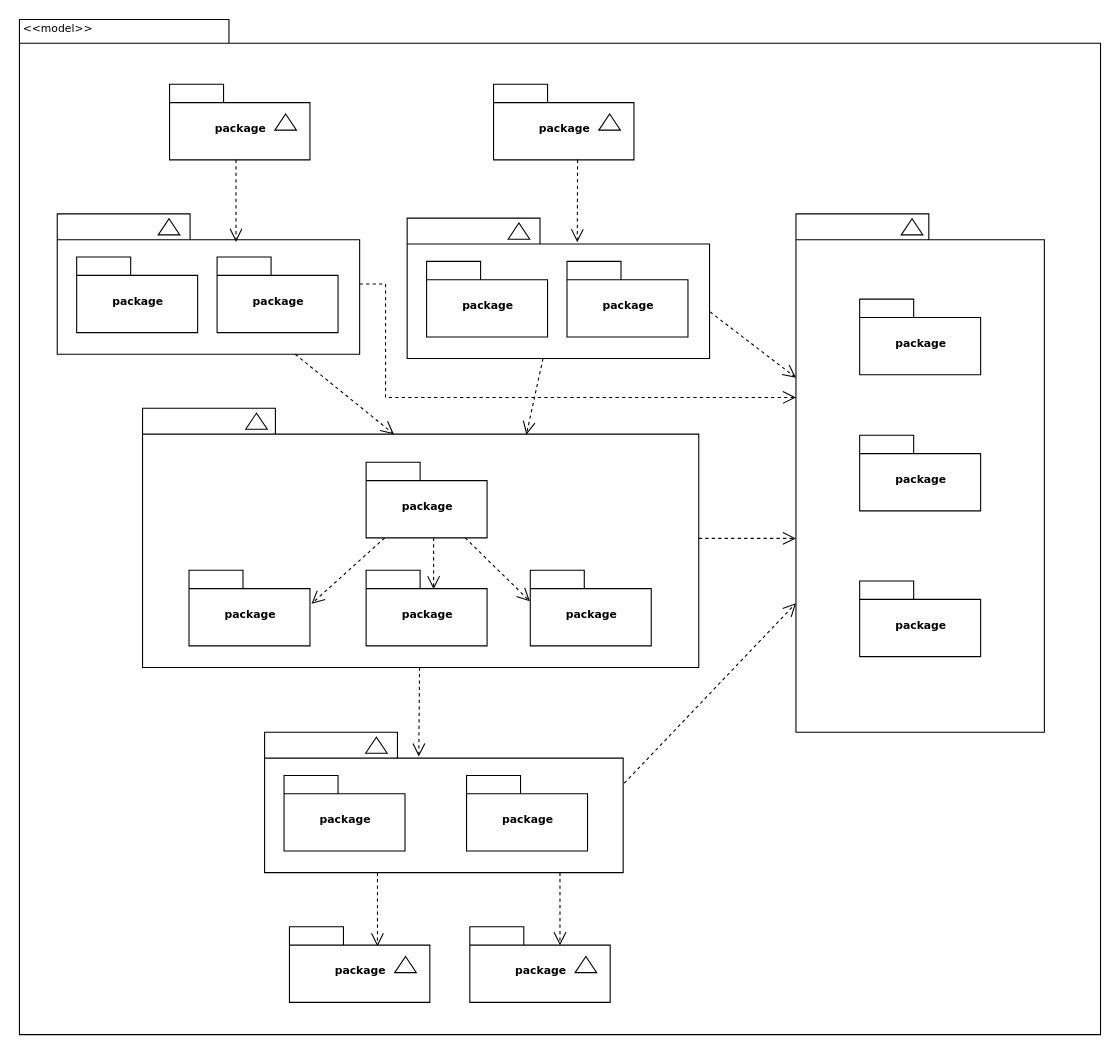
Earlier version of the draw.io diagram public/Website Architecture Diagram.drawio (simchildress/NoTrebleTesting). Source tidied: cells renumbered, new cells numbered last; positions are measured from the earlier drawing's top-left corner, leaving out a move shared by most shapes. Both pictures are drawn from the tidied source at 108%, with x=0, y=0 at pixel (18, 18).
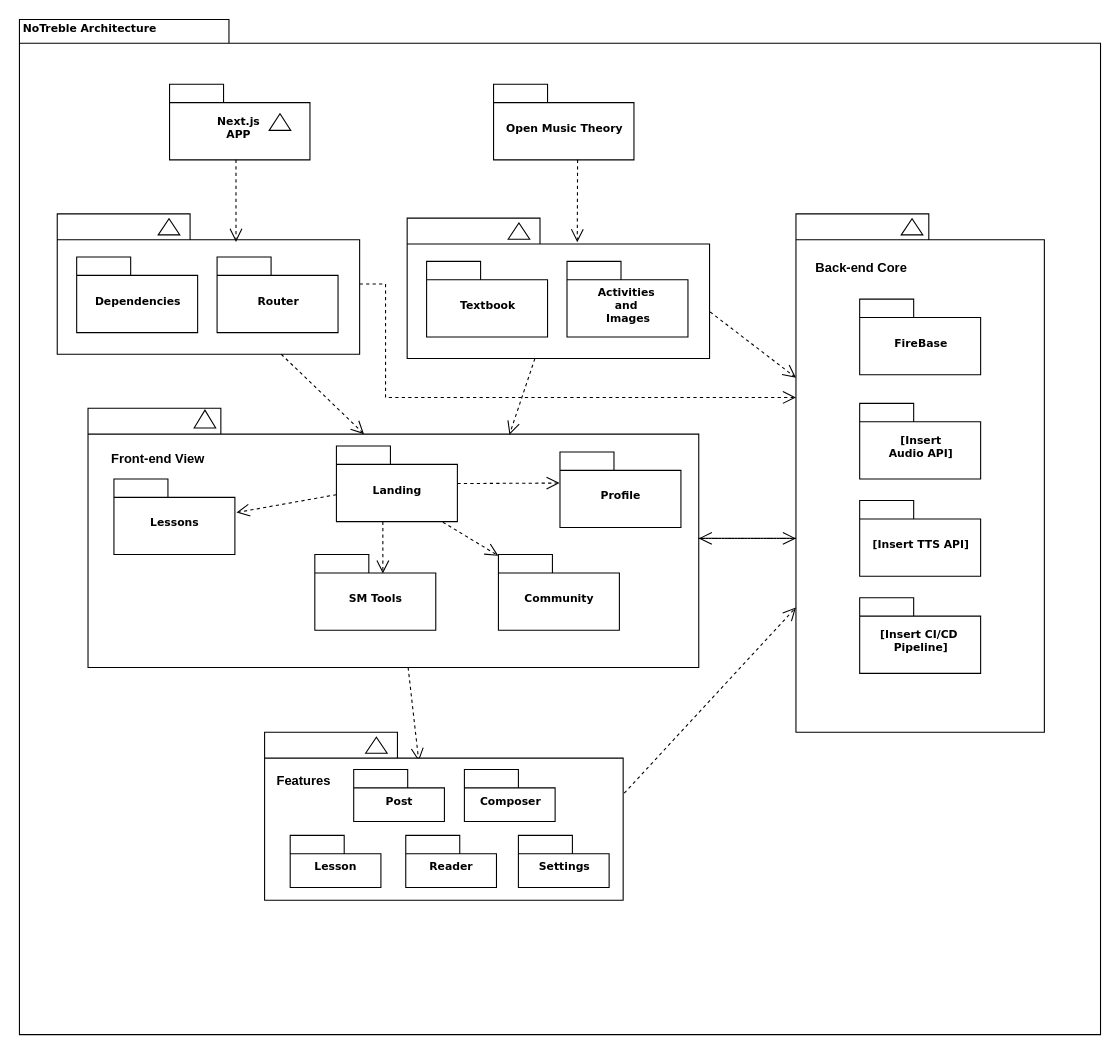
The same diagram, later.

Unchanged cells that the change refers to:
```xml
<mxCell id="2" style="shape=folder;fontStyle=1;spacingTop=10;tabWidth=194;tabHeight=22;tabPosition=left;html=1;rounded=0;shadow=0;comic=0;labelBackgroundColor=none;strokeWidth=1;fillColor=none;fontFamily=Verdana;fontSize=10;align=center;" parent="1" vertex="1">
  <mxGeometry x="0.5" y="0.5" width="1001" height="940" as="geometry" />
</mxCell>
<mxCell id="3" style="group;" parent="1" vertex="1">
  <mxGeometry x="139.5" y="60.5" width="130" height="70" as="geometry" />
</mxCell>
<mxCell id="6" style="group;" parent="1" vertex="1">
  <mxGeometry x="439.5" y="60.5" width="130" height="70" as="geometry" />
</mxCell>
<mxCell id="9" style="group;" parent="1" vertex="1">
  <mxGeometry x="35.5" y="180.5" width="280" height="130" as="geometry" />
</mxCell>
<mxCell id="14" style="group;" parent="1" vertex="1">
  <mxGeometry x="359.5" y="184.5" width="280" height="130" as="geometry" />
</mxCell>
<mxCell id="20" style="group;" parent="19" vertex="1">
  <mxGeometry width="230" height="480" as="geometry" />
</mxCell>
<mxCell id="21" style="shape=folder;fontStyle=1;spacingTop=10;tabWidth=123;tabHeight=24;tabPosition=left;html=1;rounded=0;shadow=0;comic=0;labelBackgroundColor=none;strokeWidth=1;fontFamily=Verdana;fontSize=10;align=center;" parent="20" vertex="1">
  <mxGeometry width="230" height="480" as="geometry" />
</mxCell>
```

Diff of the diagram source:
```diff
@@
+    <mxCell id="57" style="group;" parent="1" vertex="1">
+      <mxGeometry x="64" y="360.5" width="565.5" height="240" as="geometry" />
+    </mxCell>
+    <mxCell id="28" style="shape=folder;fontStyle=1;spacingTop=10;tabWidth=123;tabHeight=24;tabPosition=left;html=1;rounded=0;shadow=0;comic=0;labelBackgroundColor=none;strokeColor=#000000;strokeWidth=1;fillColor=#ffffff;fontFamily=Verdana;fontSize=10;fontColor=#000000;align=center;" parent="57" vertex="1">
+      <mxGeometry width="565.5" height="240" as="geometry" />
+    </mxCell>
+    <mxCell id="43" style="triangle;whiteSpace=wrap;html=1;rounded=0;shadow=0;comic=0;labelBackgroundColor=none;strokeColor=#000000;strokeWidth=1;fillColor=#ffffff;fontFamily=Verdana;fontSize=10;fontColor=#000000;align=center;rotation=-90;" parent="57" vertex="1">
+      <mxGeometry x="100" width="16.5" height="20" as="geometry" />
+    </mxCell>
+    <mxCell id="32" value="Landing" style="shape=folder;fontStyle=1;spacingTop=10;tabWidth=50;tabHeight=17;tabPosition=left;html=1;rounded=0;shadow=0;comic=0;labelBackgroundColor=none;strokeColor=#000000;strokeWidth=1;fillColor=#ffffff;fontFamily=Verdana;fontSize=10;fontColor=#000000;align=center;" parent="57" vertex="1">
+      <mxGeometry x="230" y="35" width="112" height="70" as="geometry" />
+    </mxCell>
+    <mxCell id="34" value="SM Tools" style="shape=folder;fontStyle=1;spacingTop=10;tabWidth=50;tabHeight=17;tabPosition=left;html=1;rounded=0;shadow=0;comic=0;labelBackgroundColor=none;strokeColor=#000000;strokeWidth=1;fillColor=#ffffff;fontFamily=Verdana;fontSize=10;fontColor=#000000;align=center;" parent="57" vertex="1">
+      <mxGeometry x="210" y="135.5" width="112" height="70" as="geometry" />
+    </mxCell>
+    <mxCell id="33" value="Lessons" style="shape=folder;fontStyle=1;spacingTop=10;tabWidth=50;tabHeight=17;tabPosition=left;html=1;rounded=0;shadow=0;comic=0;labelBackgroundColor=none;strokeColor=#000000;strokeWidth=1;fillColor=#ffffff;fontFamily=Verdana;fontSize=10;fontColor=#000000;align=center;" parent="57" vertex="1">
+      <mxGeometry x="24" y="65.5" width="112" height="70" as="geometry" />
+    </mxCell>
+    <mxCell id="35" value="Profile" style="shape=folder;fontStyle=1;spacingTop=10;tabWidth=50;tabHeight=17;tabPosition=left;html=1;rounded=0;shadow=0;comic=0;labelBackgroundColor=none;strokeColor=#000000;strokeWidth=1;fillColor=#ffffff;fontFamily=Verdana;fontSize=10;fontColor=#000000;align=center;" parent="57" vertex="1">
+      <mxGeometry x="437" y="40.5" width="112" height="70" as="geometry" />
+    </mxCell>
+    <mxCell id="29" style="edgeStyle=elbowEdgeStyle;rounded=0;html=1;entryX=0.559;entryY=0.251;entryPerimeter=0;dashed=1;labelBackgroundColor=none;startFill=0;endArrow=open;endFill=0;endSize=10;fontFamily=Verdana;fontSize=10;" parent="57" edge="1" source="32" target="34">
+      <mxGeometry relative="1" as="geometry" />
+    </mxCell>
+    <mxCell id="31" style="edgeStyle=none;rounded=0;html=1;dashed=1;labelBackgroundColor=none;startFill=0;endArrow=open;endFill=0;endSize=10;fontFamily=Verdana;fontSize=10;entryX=1.013;entryY=0.444;entryPerimeter=0;" parent="57" edge="1" source="32" target="33">
+      <mxGeometry relative="1" as="geometry" />
+    </mxCell>
+    <mxCell id="30" style="edgeStyle=none;rounded=0;html=1;dashed=1;labelBackgroundColor=none;startFill=0;endArrow=open;endFill=0;endSize=10;fontFamily=Verdana;fontSize=10;entryX=-0.003;entryY=0.411;entryPerimeter=0;" parent="57" edge="1" source="32" target="35">
+      <mxGeometry relative="1" as="geometry" />
+    </mxCell>
+    <mxCell id="58" value="Community" style="shape=folder;fontStyle=1;spacingTop=10;tabWidth=50;tabHeight=17;tabPosition=left;html=1;rounded=0;shadow=0;comic=0;labelBackgroundColor=none;strokeColor=#000000;strokeWidth=1;fillColor=#ffffff;fontFamily=Verdana;fontSize=10;fontColor=#000000;align=center;" parent="57" vertex="1">
+      <mxGeometry x="380" y="135.5" width="112" height="70" as="geometry" />
+    </mxCell>
+    <mxCell id="59" style="edgeStyle=none;rounded=0;html=1;dashed=1;labelBackgroundColor=none;startFill=0;endArrow=open;endFill=0;endSize=10;fontFamily=Verdana;fontSize=10;exitX=0.88;exitY=1.007;exitDx=0;exitDy=0;exitPerimeter=0;" parent="57" edge="1" source="32" target="58">
+      <mxGeometry relative="1" as="geometry" />
+    </mxCell>
+    <mxCell id="60" value="&lt;b&gt;Front-end View&lt;/b&gt;" style="text;html=1;align=center;verticalAlign=middle;whiteSpace=wrap;rounded=0;" parent="57" vertex="1">
+      <mxGeometry x="20" y="35" width="90" height="25.5" as="geometry" />
+    </mxCell>
@@
-    <mxCell id="4" value="package" style="shape=folder;fontStyle=1;spacingTop=10;tabWidth=50;tabHeight=17;tabPosition=left;html=1;rounded=0;shadow=0;comic=0;labelBackgroundColor=none;strokeWidth=1;fontFamily=Verdana;fontSize=10;align=center;" parent="3" vertex="1">
+    <mxCell id="4" value="Next.js&amp;nbsp;&lt;div&gt;APP&amp;nbsp;&lt;/div&gt;" style="shape=folder;fontStyle=1;spacingTop=10;tabWidth=50;tabHeight=17;tabPosition=left;html=1;rounded=0;shadow=0;comic=0;labelBackgroundColor=none;strokeWidth=1;fontFamily=Verdana;fontSize=10;align=center;" parent="3" vertex="1">
       <mxGeometry width="130" height="70" as="geometry" />
     </mxCell>
     <mxCell id="5" style="triangle;whiteSpace=wrap;html=1;rounded=0;shadow=0;comic=0;labelBackgroundColor=none;strokeWidth=1;fontFamily=Verdana;fontSize=10;align=center;rotation=-90;" parent="3" vertex="1">
-      <mxGeometry x="100" y="25" width="15" height="20" as="geometry" />
+      <mxGeometry x="94.5" y="25" width="15.5" height="20" as="geometry" />
     </mxCell>
@@
-    <mxCell id="7" value="package" style="shape=folder;fontStyle=1;spacingTop=10;tabWidth=50;tabHeight=17;tabPosition=left;html=1;rounded=0;shadow=0;comic=0;labelBackgroundColor=none;strokeWidth=1;fontFamily=Verdana;fontSize=10;align=center;" parent="6" vertex="1">
+    <mxCell id="7" value="Open Music Theory" style="shape=folder;fontStyle=1;spacingTop=10;tabWidth=50;tabHeight=17;tabPosition=left;html=1;rounded=0;shadow=0;comic=0;labelBackgroundColor=none;strokeWidth=1;fontFamily=Verdana;fontSize=10;align=center;" parent="6" vertex="1">
       <mxGeometry width="130" height="70" as="geometry" />
     </mxCell>
-    <mxCell id="8" style="triangle;whiteSpace=wrap;html=1;rounded=0;shadow=0;comic=0;labelBackgroundColor=none;strokeWidth=1;fontFamily=Verdana;fontSize=10;align=center;rotation=-90;" parent="6" vertex="1">
-      <mxGeometry x="100" y="25" width="15" height="20" as="geometry" />
-    </mxCell>
@@
-    <mxCell id="12" value="package" style="shape=folder;fontStyle=1;spacingTop=10;tabWidth=50;tabHeight=17;tabPosition=left;html=1;rounded=0;shadow=0;comic=0;labelBackgroundColor=none;strokeWidth=1;fontFamily=Verdana;fontSize=10;align=center;" parent="9" vertex="1">
+    <mxCell id="12" value="Dependencies" style="shape=folder;fontStyle=1;spacingTop=10;tabWidth=50;tabHeight=17;tabPosition=left;html=1;rounded=0;shadow=0;comic=0;labelBackgroundColor=none;strokeWidth=1;fontFamily=Verdana;fontSize=10;align=center;" parent="9" vertex="1">
       <mxGeometry x="18" y="40" width="112" height="70" as="geometry" />
     </mxCell>
-    <mxCell id="13" value="package" style="shape=folder;fontStyle=1;spacingTop=10;tabWidth=50;tabHeight=17;tabPosition=left;html=1;rounded=0;shadow=0;comic=0;labelBackgroundColor=none;strokeWidth=1;fontFamily=Verdana;fontSize=10;align=center;" parent="9" vertex="1">
+    <mxCell id="13" value="Router" style="shape=folder;fontStyle=1;spacingTop=10;tabWidth=50;tabHeight=17;tabPosition=left;html=1;rounded=0;shadow=0;comic=0;labelBackgroundColor=none;strokeWidth=1;fontFamily=Verdana;fontSize=10;align=center;" parent="9" vertex="1">
       <mxGeometry x="148" y="40" width="112" height="70" as="geometry" />
     </mxCell>
@@
-    <mxCell id="17" value="package" style="shape=folder;fontStyle=1;spacingTop=10;tabWidth=50;tabHeight=17;tabPosition=left;html=1;rounded=0;shadow=0;comic=0;labelBackgroundColor=none;strokeWidth=1;fontFamily=Verdana;fontSize=10;align=center;" parent="14" vertex="1">
+    <mxCell id="17" value="Textbook" style="shape=folder;fontStyle=1;spacingTop=10;tabWidth=50;tabHeight=17;tabPosition=left;html=1;rounded=0;shadow=0;comic=0;labelBackgroundColor=none;strokeWidth=1;fontFamily=Verdana;fontSize=10;align=center;" parent="14" vertex="1">
       <mxGeometry x="18" y="40" width="112" height="70" as="geometry" />
     </mxCell>
-    <mxCell id="18" value="package" style="shape=folder;fontStyle=1;spacingTop=10;tabWidth=50;tabHeight=17;tabPosition=left;html=1;rounded=0;shadow=0;comic=0;labelBackgroundColor=none;strokeWidth=1;fontFamily=Verdana;fontSize=10;align=center;" parent="14" vertex="1">
+    <mxCell id="18" value="Activities&amp;nbsp;&lt;div&gt;and&amp;nbsp;&lt;div&gt;Images&lt;/div&gt;&lt;/div&gt;" style="shape=folder;fontStyle=1;spacingTop=10;tabWidth=50;tabHeight=17;tabPosition=left;html=1;rounded=0;shadow=0;comic=0;labelBackgroundColor=none;strokeWidth=1;fontFamily=Verdana;fontSize=10;align=center;" parent="14" vertex="1">
       <mxGeometry x="148" y="40" width="112" height="70" as="geometry" />
     </mxCell>
@@
-    <mxCell id="23" value="package" style="shape=folder;fontStyle=1;spacingTop=10;tabWidth=50;tabHeight=17;tabPosition=left;html=1;rounded=0;shadow=0;comic=0;labelBackgroundColor=none;strokeWidth=1;fontFamily=Verdana;fontSize=10;align=center;" parent="20" vertex="1">
+    <mxCell id="23" value="FireBase" style="shape=folder;fontStyle=1;spacingTop=10;tabWidth=50;tabHeight=17;tabPosition=left;html=1;rounded=0;shadow=0;comic=0;labelBackgroundColor=none;strokeWidth=1;fontFamily=Verdana;fontSize=10;align=center;" parent="20" vertex="1">
       <mxGeometry x="59" y="79" width="112" height="70" as="geometry" />
     </mxCell>
-    <mxCell id="24" value="package" style="shape=folder;fontStyle=1;spacingTop=10;tabWidth=50;tabHeight=17;tabPosition=left;html=1;rounded=0;shadow=0;comic=0;labelBackgroundColor=none;strokeWidth=1;fontFamily=Verdana;fontSize=10;align=center;" parent="20" vertex="1">
-      <mxGeometry x="59" y="205" width="112" height="70" as="geometry" />
+    <mxCell id="24" value="[Insert&lt;div&gt;Audio API]&lt;/div&gt;" style="shape=folder;fontStyle=1;spacingTop=10;tabWidth=50;tabHeight=17;tabPosition=left;html=1;rounded=0;shadow=0;comic=0;labelBackgroundColor=none;strokeWidth=1;fontFamily=Verdana;fontSize=10;align=center;" parent="20" vertex="1">
+      <mxGeometry x="59" y="175.5" width="112" height="70" as="geometry" />
     </mxCell>
-    <mxCell id="25" value="package" style="shape=folder;fontStyle=1;spacingTop=10;tabWidth=50;tabHeight=17;tabPosition=left;html=1;rounded=0;shadow=0;comic=0;labelBackgroundColor=none;strokeWidth=1;fontFamily=Verdana;fontSize=10;align=center;" parent="20" vertex="1">
-      <mxGeometry x="59" y="340" width="112" height="70" as="geometry" />
+    <mxCell id="25" value="[Insert TTS API]" style="shape=folder;fontStyle=1;spacingTop=10;tabWidth=50;tabHeight=17;tabPosition=left;html=1;rounded=0;shadow=0;comic=0;labelBackgroundColor=none;strokeWidth=1;fontFamily=Verdana;fontSize=10;align=center;" parent="20" vertex="1">
+      <mxGeometry x="59" y="265.5" width="112" height="70" as="geometry" />
     </mxCell>
+    <mxCell id="61" value="[Insert CI/CD&amp;nbsp;&lt;div&gt;Pipeline]&lt;/div&gt;" style="shape=folder;fontStyle=1;spacingTop=10;tabWidth=50;tabHeight=17;tabPosition=left;html=1;rounded=0;shadow=0;comic=0;labelBackgroundColor=none;strokeWidth=1;fontFamily=Verdana;fontSize=10;align=center;" parent="20" vertex="1">
+      <mxGeometry x="59" y="355.5" width="112" height="70" as="geometry" />
+    </mxCell>
+    <mxCell id="62" value="&lt;div&gt;&lt;b&gt;Back-end&amp;nbsp;&lt;/b&gt;&lt;b style=&quot;background-color: transparent; color: light-dark(rgb(0, 0, 0), rgb(255, 255, 255));&quot;&gt;Core&amp;nbsp;&lt;/b&gt;&lt;/div&gt;" style="text;html=1;align=center;verticalAlign=middle;whiteSpace=wrap;rounded=0;" parent="20" vertex="1">
+      <mxGeometry x="14.5" y="35.5" width="95.5" height="30" as="geometry" />
+    </mxCell>
@@
-    <mxCell id="28" style="shape=folder;fontStyle=1;spacingTop=10;tabWidth=123;tabHeight=24;tabPosition=left;html=1;rounded=0;shadow=0;comic=0;labelBackgroundColor=none;strokeColor=#000000;strokeWidth=1;fillColor=#ffffff;fontFamily=Verdana;fontSize=10;fontColor=#000000;align=center;" parent="1" vertex="1">
-      <mxGeometry x="114.5" y="360.5" width="515" height="240" as="geometry" />
-    </mxCell>
-    <mxCell id="29" style="edgeStyle=elbowEdgeStyle;rounded=0;html=1;entryX=0.559;entryY=0.251;entryPerimeter=0;dashed=1;labelBackgroundColor=none;startFill=0;endArrow=open;endFill=0;endSize=10;fontFamily=Verdana;fontSize=10;" parent="1" edge="1" source="32" target="34">
-      <mxGeometry relative="1" as="geometry" />
-    </mxCell>
-    <mxCell id="30" style="edgeStyle=none;rounded=0;html=1;dashed=1;labelBackgroundColor=none;startFill=0;endArrow=open;endFill=0;endSize=10;fontFamily=Verdana;fontSize=10;entryX=-0.003;entryY=0.411;entryPerimeter=0;" parent="1" edge="1" source="32" target="35">
-      <mxGeometry relative="1" as="geometry" />
-    </mxCell>
-    <mxCell id="31" style="edgeStyle=none;rounded=0;html=1;dashed=1;labelBackgroundColor=none;startFill=0;endArrow=open;endFill=0;endSize=10;fontFamily=Verdana;fontSize=10;entryX=1.013;entryY=0.444;entryPerimeter=0;" parent="1" edge="1" source="32" target="33">
-      <mxGeometry relative="1" as="geometry" />
-    </mxCell>
-    <mxCell id="32" value="package" style="shape=folder;fontStyle=1;spacingTop=10;tabWidth=50;tabHeight=17;tabPosition=left;html=1;rounded=0;shadow=0;comic=0;labelBackgroundColor=none;strokeColor=#000000;strokeWidth=1;fillColor=#ffffff;fontFamily=Verdana;fontSize=10;fontColor=#000000;align=center;" parent="1" vertex="1">
-      <mxGeometry x="321.5" y="410.5" width="112" height="70" as="geometry" />
-    </mxCell>
-    <mxCell id="33" value="package" style="shape=folder;fontStyle=1;spacingTop=10;tabWidth=50;tabHeight=17;tabPosition=left;html=1;rounded=0;shadow=0;comic=0;labelBackgroundColor=none;strokeColor=#000000;strokeWidth=1;fillColor=#ffffff;fontFamily=Verdana;fontSize=10;fontColor=#000000;align=center;" parent="1" vertex="1">
-      <mxGeometry x="157.5" y="510.5" width="112" height="70" as="geometry" />
-    </mxCell>
-    <mxCell id="34" value="package" style="shape=folder;fontStyle=1;spacingTop=10;tabWidth=50;tabHeight=17;tabPosition=left;html=1;rounded=0;shadow=0;comic=0;labelBackgroundColor=none;strokeColor=#000000;strokeWidth=1;fillColor=#ffffff;fontFamily=Verdana;fontSize=10;fontColor=#000000;align=center;" parent="1" vertex="1">
-      <mxGeometry x="321.5" y="510.5" width="112" height="70" as="geometry" />
-    </mxCell>
-    <mxCell id="35" value="package" style="shape=folder;fontStyle=1;spacingTop=10;tabWidth=50;tabHeight=17;tabPosition=left;html=1;rounded=0;shadow=0;comic=0;labelBackgroundColor=none;strokeColor=#000000;strokeWidth=1;fillColor=#ffffff;fontFamily=Verdana;fontSize=10;fontColor=#000000;align=center;" parent="1" vertex="1">
-      <mxGeometry x="473.5" y="510.5" width="112" height="70" as="geometry" />
-    </mxCell>
-    <mxCell id="36" style="edgeStyle=elbowEdgeStyle;rounded=0;html=1;entryX=0.628;entryY=0.26;entryPerimeter=0;dashed=1;labelBackgroundColor=none;startFill=0;endArrow=open;endFill=0;endSize=10;fontFamily=Verdana;fontSize=10;" parent="1" edge="1" source="39" target="45">
-      <mxGeometry relative="1" as="geometry" />
-    </mxCell>
-    <mxCell id="37" style="edgeStyle=elbowEdgeStyle;rounded=0;html=1;entryX=0.643;entryY=0.246;entryPerimeter=0;dashed=1;labelBackgroundColor=none;startFill=0;endArrow=open;endFill=0;endSize=10;fontFamily=Verdana;fontSize=10;" parent="1" edge="1" source="39" target="48">
-      <mxGeometry relative="1" as="geometry" />
-    </mxCell>
@@
     <mxCell id="39" style="shape=folder;fontStyle=1;spacingTop=10;tabWidth=123;tabHeight=24;tabPosition=left;html=1;rounded=0;shadow=0;comic=0;labelBackgroundColor=none;strokeWidth=1;fontFamily=Verdana;fontSize=10;align=center;" parent="1" vertex="1">
-      <mxGeometry x="227.5" y="660.5" width="332" height="130" as="geometry" />
+      <mxGeometry x="227.5" y="660.5" width="332" height="155.5" as="geometry" />
     </mxCell>
@@
-    <mxCell id="41" value="package" style="shape=folder;fontStyle=1;spacingTop=10;tabWidth=50;tabHeight=17;tabPosition=left;html=1;rounded=0;shadow=0;comic=0;labelBackgroundColor=none;strokeWidth=1;fontFamily=Verdana;fontSize=10;align=center;" parent="1" vertex="1">
-      <mxGeometry x="245.5" y="700.5" width="112" height="70" as="geometry" />
+    <mxCell id="41" value="Post" style="shape=folder;fontStyle=1;spacingTop=10;tabWidth=50;tabHeight=17;tabPosition=left;html=1;rounded=0;shadow=0;comic=0;labelBackgroundColor=none;strokeWidth=1;fontFamily=Verdana;fontSize=10;align=center;" parent="1" vertex="1">
+      <mxGeometry x="310" y="695" width="84" height="48.2" as="geometry" />
     </mxCell>
-    <mxCell id="42" value="package" style="shape=folder;fontStyle=1;spacingTop=10;tabWidth=50;tabHeight=17;tabPosition=left;html=1;rounded=0;shadow=0;comic=0;labelBackgroundColor=none;strokeWidth=1;fontFamily=Verdana;fontSize=10;align=center;" parent="1" vertex="1">
-      <mxGeometry x="414.5" y="700.5" width="112" height="70" as="geometry" />
-    </mxCell>
-    <mxCell id="43" style="triangle;whiteSpace=wrap;html=1;rounded=0;shadow=0;comic=0;labelBackgroundColor=none;strokeColor=#000000;strokeWidth=1;fillColor=#ffffff;fontFamily=Verdana;fontSize=10;fontColor=#000000;align=center;rotation=-90;" parent="1" vertex="1">
-      <mxGeometry x="212.5" y="362.5" width="15" height="20" as="geometry" />
-    </mxCell>
-    <mxCell id="44" style="group;" parent="1" vertex="1">
-      <mxGeometry x="250.5" y="840.6" width="130" height="70" as="geometry" />
-    </mxCell>
-    <mxCell id="45" value="package" style="shape=folder;fontStyle=1;spacingTop=10;tabWidth=50;tabHeight=17;tabPosition=left;html=1;rounded=0;shadow=0;comic=0;labelBackgroundColor=none;strokeWidth=1;fontFamily=Verdana;fontSize=10;align=center;" parent="44" vertex="1">
-      <mxGeometry width="130" height="70" as="geometry" />
-    </mxCell>
-    <mxCell id="46" style="triangle;whiteSpace=wrap;html=1;rounded=0;shadow=0;comic=0;labelBackgroundColor=none;strokeWidth=1;fontFamily=Verdana;fontSize=10;align=center;rotation=-90;" parent="44" vertex="1">
-      <mxGeometry x="100" y="25" width="15" height="20" as="geometry" />
-    </mxCell>
-    <mxCell id="47" style="group;" parent="1" vertex="1">
-      <mxGeometry x="417.5" y="840.6" width="130" height="70" as="geometry" />
-    </mxCell>
-    <mxCell id="48" value="package" style="shape=folder;fontStyle=1;spacingTop=10;tabWidth=50;tabHeight=17;tabPosition=left;html=1;rounded=0;shadow=0;comic=0;labelBackgroundColor=none;strokeWidth=1;fontFamily=Verdana;fontSize=10;align=center;" parent="47" vertex="1">
-      <mxGeometry width="130" height="70" as="geometry" />
-    </mxCell>
-    <mxCell id="49" style="triangle;whiteSpace=wrap;html=1;rounded=0;shadow=0;comic=0;labelBackgroundColor=none;strokeWidth=1;fontFamily=Verdana;fontSize=10;align=center;rotation=-90;" parent="47" vertex="1">
-      <mxGeometry x="100" y="25" width="15" height="20" as="geometry" />
-    </mxCell>
@@
-    <mxCell id="56" value="&amp;lt;&amp;lt;model&amp;gt;&amp;gt;" style="text;html=1;align=left;verticalAlign=top;spacingTop=-4;fontSize=10;fontFamily=Verdana;" parent="1" vertex="1">
+    <mxCell id="56" value="&lt;b&gt;NoTreble Architecture&lt;/b&gt;" style="text;html=1;align=left;verticalAlign=top;spacingTop=-4;fontSize=10;fontFamily=Verdana;" parent="1" vertex="1">
       <mxGeometry x="1.5" y="0.5" width="130" height="20" as="geometry" />
     </mxCell>
+    <mxCell id="63" value="Composer" style="shape=folder;fontStyle=1;spacingTop=10;tabWidth=50;tabHeight=17;tabPosition=left;html=1;rounded=0;shadow=0;comic=0;labelBackgroundColor=none;strokeWidth=1;fontFamily=Verdana;fontSize=10;align=center;" parent="1" vertex="1">
+      <mxGeometry x="412.5" y="695" width="84" height="48.2" as="geometry" />
+    </mxCell>
+    <mxCell id="64" value="Reader" style="shape=folder;fontStyle=1;spacingTop=10;tabWidth=50;tabHeight=17;tabPosition=left;html=1;rounded=0;shadow=0;comic=0;labelBackgroundColor=none;strokeWidth=1;fontFamily=Verdana;fontSize=10;align=center;" parent="1" vertex="1">
+      <mxGeometry x="358.2" y="756" width="84" height="48.2" as="geometry" />
+    </mxCell>
+    <mxCell id="65" value="Lesson" style="shape=folder;fontStyle=1;spacingTop=10;tabWidth=50;tabHeight=17;tabPosition=left;html=1;rounded=0;shadow=0;comic=0;labelBackgroundColor=none;strokeWidth=1;fontFamily=Verdana;fontSize=10;align=center;" parent="1" vertex="1">
+      <mxGeometry x="251.2" y="756" width="84" height="48.2" as="geometry" />
+    </mxCell>
+    <mxCell id="66" value="&lt;b&gt;Features&lt;/b&gt;" style="text;html=1;align=center;verticalAlign=middle;whiteSpace=wrap;rounded=0;" parent="1" vertex="1">
+      <mxGeometry x="234" y="696" width="60" height="19" as="geometry" />
+    </mxCell>
+    <mxCell id="67" value="Settings" style="shape=folder;fontStyle=1;spacingTop=10;tabWidth=50;tabHeight=17;tabPosition=left;html=1;rounded=0;shadow=0;comic=0;labelBackgroundColor=none;strokeWidth=1;fontFamily=Verdana;fontSize=10;align=center;" parent="1" vertex="1">
+      <mxGeometry x="462.5" y="756" width="84" height="48.2" as="geometry" />
+    </mxCell>
+    <mxCell id="68" style="edgeStyle=elbowEdgeStyle;rounded=0;html=1;dashed=1;labelBackgroundColor=none;startFill=0;endArrow=open;endFill=0;endSize=10;fontFamily=Verdana;fontSize=10;elbow=vertical;" parent="1" edge="1" source="21" target="28">
+      <mxGeometry relative="1" as="geometry" />
+    </mxCell>
+    <mxCell id="69" style="edgeStyle=orthogonalEdgeStyle;rounded=0;orthogonalLoop=1;jettySize=auto;html=1;exitX=0.5;exitY=1;exitDx=0;exitDy=0;exitPerimeter=0;" parent="1" edge="1" source="2" target="2">
+      <mxGeometry relative="1" as="geometry" />
+    </mxCell>
```
